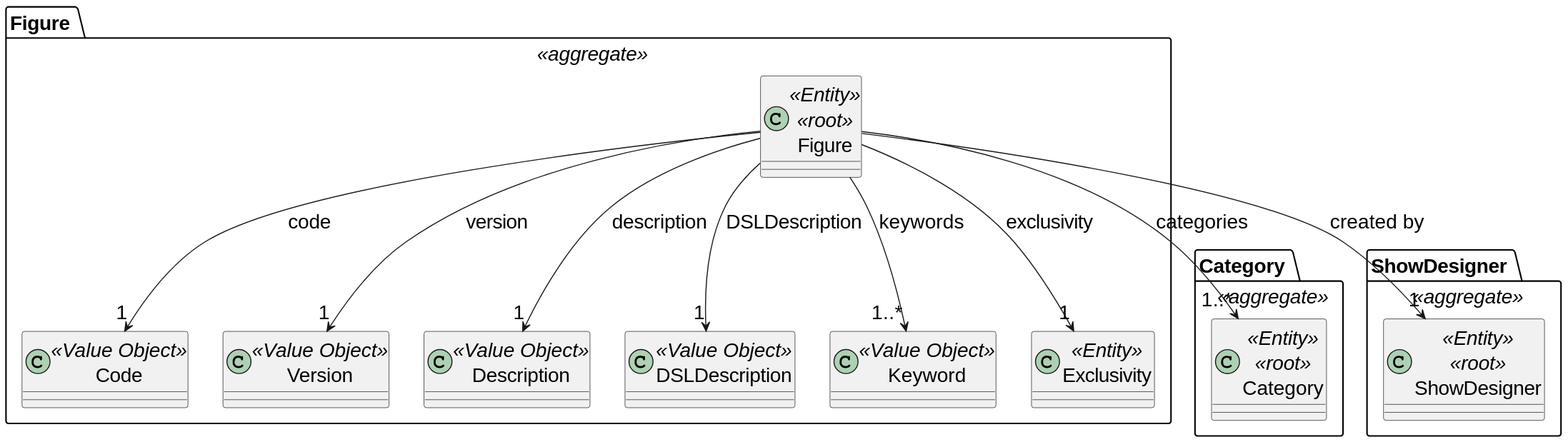
Above: docs/SPRINT_2/US233/images/domain_model_us233.svg in diogoveirospro/sem4pi-2024-2025-sem4pi_2024_2025_g44 (PlantUML), before the change.
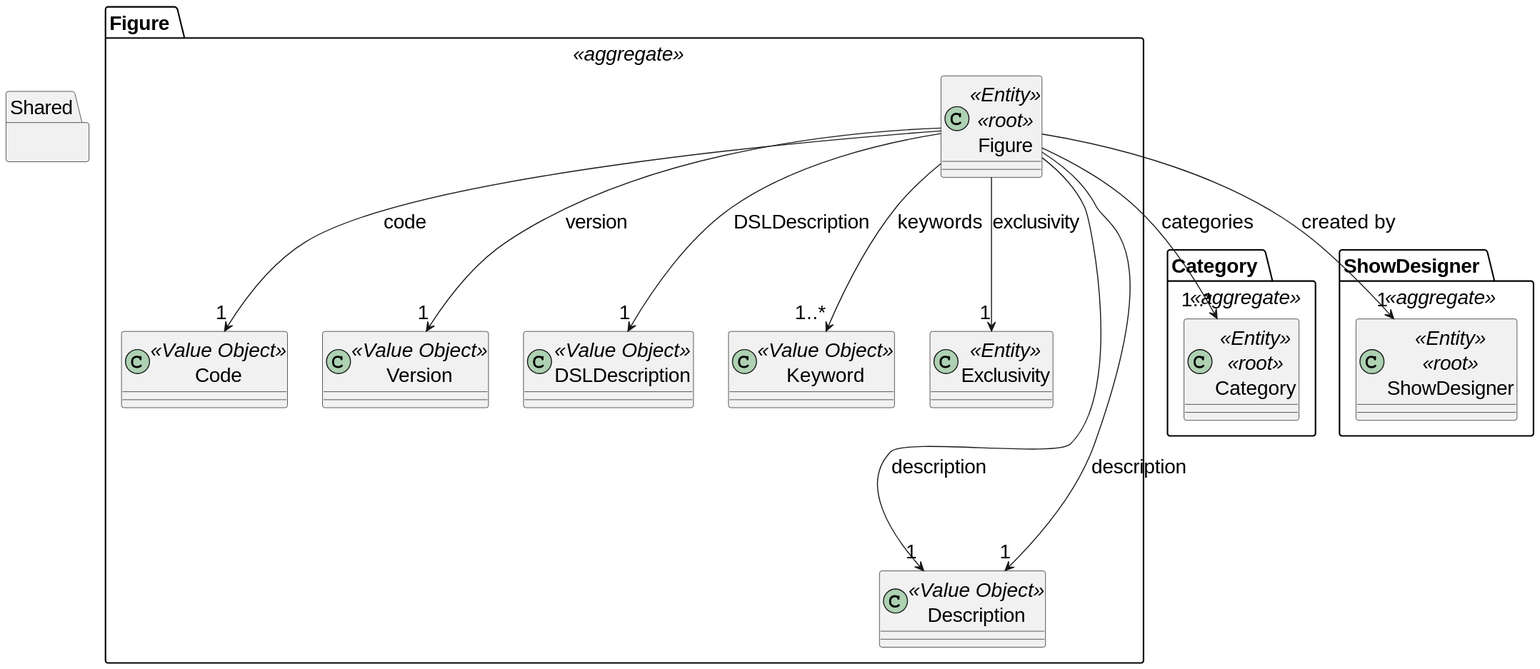
After the commit.

What changed in the source:
```diff
@@ -10,9 +10,6 @@
     }
 
     class Version <<Value Object>>{
-    }
-
-    class Description <<Value Object>>{
     }
 
     class DSLDescription <<Value Object>>{
@@ -49,4 +46,12 @@
 
     Figure --> "1" ShowDesigner: created by
 }
+
+package "Shared" {
+
+    class Description <<Value Object>>{
+    }
+
+    Figure ----> "1" Description: description
+}
 @enduml
```
